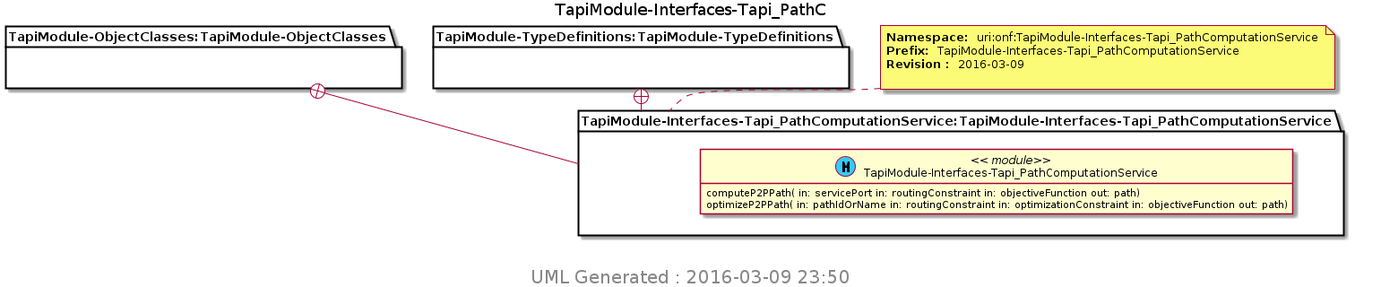
This is TransportAPI/YANG/pyang_uml/TapiModule-Interfaces-Tapi_PathC.png from Open-Network-Models-and-Interfaces-ONMI/TAPI, a PlantUML export, as it was before one commit.
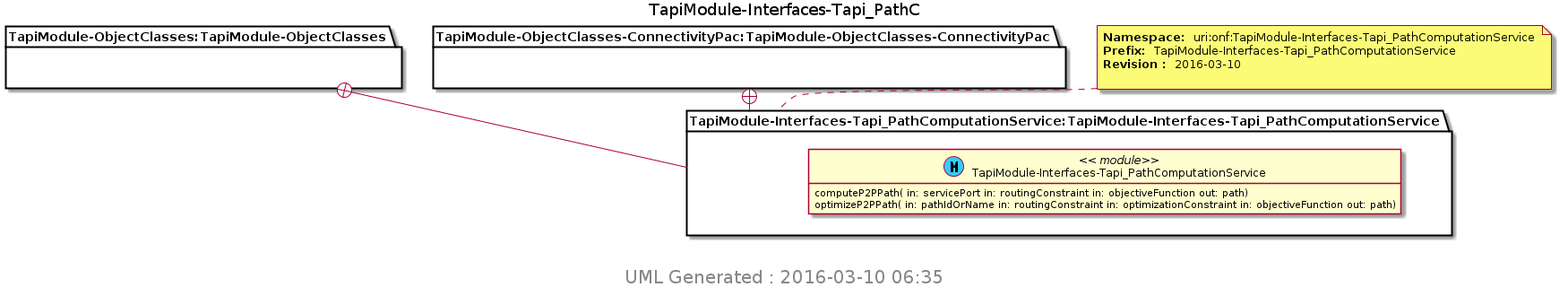
Above is the later version.

The edit, as a diff of the source:
```diff
@@ -10,18 +10,18 @@
 Title TapiModule-Interfaces-Tapi_PathC
 package "TapiModule-ObjectClasses:TapiModule-ObjectClasses" as TapiModule_ObjectClasses_TapiModule_ObjectClasses {
 }
-package "TapiModule-TypeDefinitions:TapiModule-TypeDefinitions" as TapiModule_TypeDefinitions_TapiModule_TypeDefinitions {
+package "TapiModule-ObjectClasses-ConnectivityPac:TapiModule-ObjectClasses-ConnectivityPac" as TapiModule_ObjectClasses_ConnectivityPac_TapiModule_ObjectClasses_ConnectivityPac {
 }
-note top of TapiModule_Interfaces_Tapi_PathComputationService_TapiModule_Interfaces_Tapi_PathComputationService : <b>Namespace: </b> uri:onf:TapiModule-Interfaces-Tapi_PathComputationService \n<b>Prefix: </b> TapiModule-Interfaces-Tapi_PathComputationService \n<b>Revision : </b> 2016-03-09 \n
+note top of TapiModule_Interfaces_Tapi_PathComputationService_TapiModule_Interfaces_Tapi_PathComputationService : <b>Namespace: </b> uri:onf:TapiModule-Interfaces-Tapi_PathComputationService \n<b>Prefix: </b> TapiModule-Interfaces-Tapi_PathComputationService \n<b>Revision : </b> 2016-03-10 \n
 package "TapiModule-Interfaces-Tapi_PathComputationService:TapiModule-Interfaces-Tapi_PathComputationService" as TapiModule_Interfaces_Tapi_PathComputationService_TapiModule_Interfaces_Tapi_PathComputationService {
 TapiModule_ObjectClasses_TapiModule_ObjectClasses +-- TapiModule_Interfaces_Tapi_PathComputationService_TapiModule_Interfaces_Tapi_PathComputationService
-TapiModule_TypeDefinitions_TapiModule_TypeDefinitions +-- TapiModule_Interfaces_Tapi_PathComputationService_TapiModule_Interfaces_Tapi_PathComputationService
+TapiModule_ObjectClasses_ConnectivityPac_TapiModule_ObjectClasses_ConnectivityPac +-- TapiModule_Interfaces_Tapi_PathComputationService_TapiModule_Interfaces_Tapi_PathComputationService
 class "TapiModule-Interfaces-Tapi_PathComputationService" as TapiModule_Interfaces_Tapi_PathComputationService << (M, #33CCFF) module>>
 TapiModule_Interfaces_Tapi_PathComputationService : computeP2PPath( in: servicePort in: routingConstraint in: objectiveFunction out: path)
 TapiModule_Interfaces_Tapi_PathComputationService : optimizeP2PPath( in: pathIdOrName in: routingConstraint in: optimizationConstraint in: objectiveFunction out: path)
 }
 
 center footer
- <size:20> UML Generated : 2016-03-09 23:50 </size>
+ <size:20> UML Generated : 2016-03-10 06:35 </size>
  endfooter
 @enduml
```
